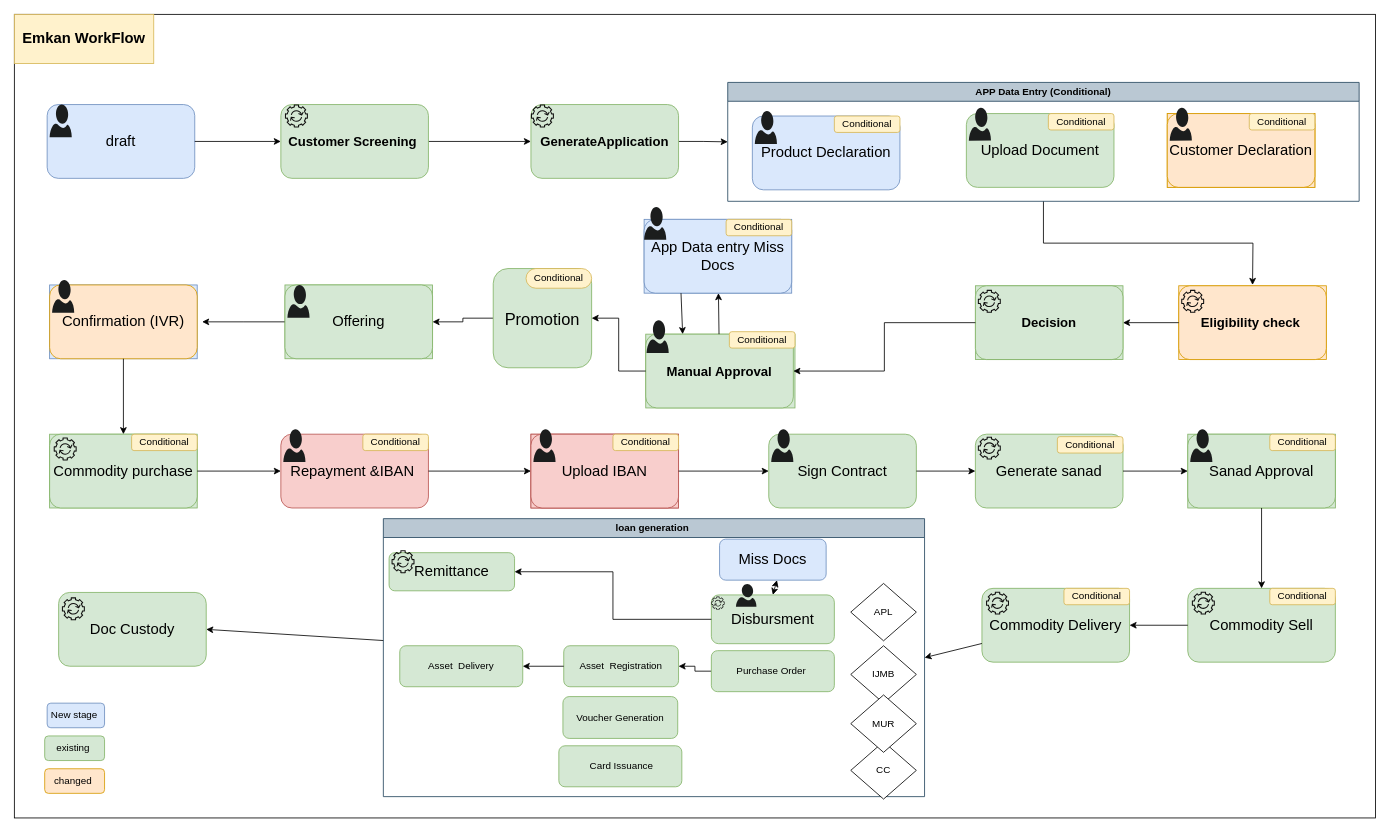
The draw.io diagram page "WorkFlow" (3 of 10) of Migration[1]v2.drawio in MHosnii/DrawIo, before the edit. Source tidied: cells renumbered, new cells numbered last; positions are measured from the earlier drawing's top-left corner, leaving out a move shared by most shapes. Both pictures are drawn from the tidied source at 82%, with x=0, y=0 at pixel (14, 14).
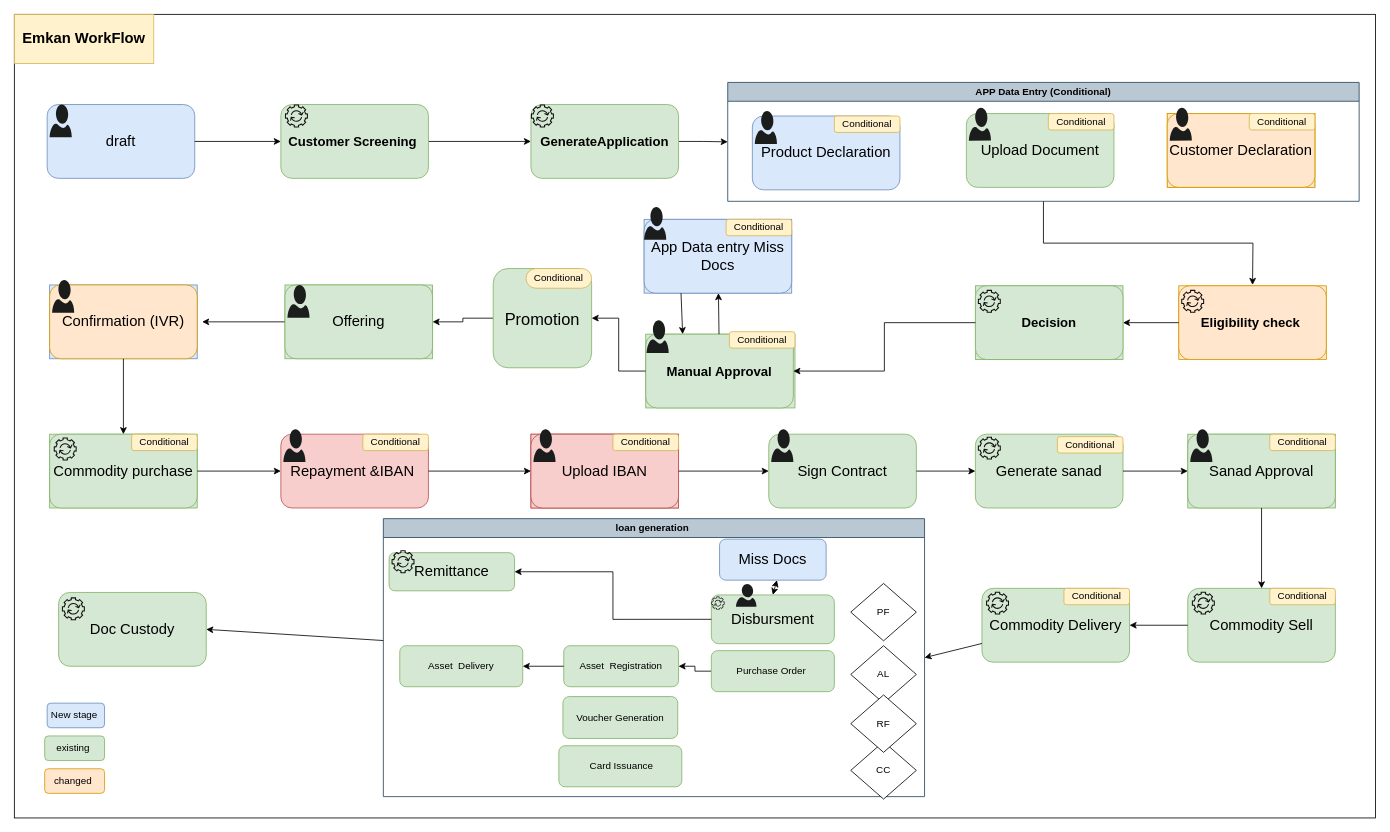
The same page after the edit.

The edit, as a diff of the source:
```diff
@@
-    <mxCell id="128" value="APL" style="rhombus;whiteSpace=wrap;html=1;" parent="1" vertex="1">
+    <mxCell id="128" value="PF" style="rhombus;whiteSpace=wrap;html=1;" parent="1" vertex="1">
       <mxGeometry x="1020" y="694" width="80" height="70" as="geometry" />
     </mxCell>
-    <mxCell id="129" value="IJMB" style="rhombus;whiteSpace=wrap;html=1;" parent="1" vertex="1">
+    <mxCell id="129" value="AL" style="rhombus;whiteSpace=wrap;html=1;" parent="1" vertex="1">
       <mxGeometry x="1020" y="770" width="80" height="70" as="geometry" />
     </mxCell>
@@
-    <mxCell id="131" value="MUR" style="rhombus;whiteSpace=wrap;html=1;" parent="1" vertex="1">
+    <mxCell id="131" value="RF" style="rhombus;whiteSpace=wrap;html=1;" parent="1" vertex="1">
       <mxGeometry x="1020" y="830" width="80" height="70" as="geometry" />
     </mxCell>
```
